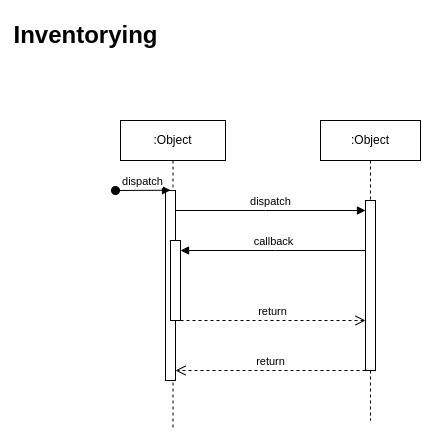
Before: thesis/.assets/inventorying-sequence-diagram.png, a diagram exported from draw.io (arminveres/iot-inventory-management). Source tidied: cells renumbered, new cells last; positions are measured from the earlier drawing's top-left corner, leaving out a move shared by most shapes. Source of this version:
```xml
<mxGraphModel>
  <root>
    <mxCell id="0" />
    <mxCell id="1" parent="0" />
    <mxCell id="2" value=":Object" style="shape=umlLifeline;perimeter=lifelinePerimeter;whiteSpace=wrap;html=1;newEdgeStyle={&quot;edgeStyle&quot;:&quot;elbowEdgeStyle&quot;,&quot;elbow&quot;:&quot;vertical&quot;,&quot;curved&quot;:0,&quot;rounded&quot;:0};" parent="1" vertex="1">
      <mxGeometry x="120" y="120" width="105" height="310" as="geometry" />
    </mxCell>
    <mxCell id="3" style="html=1;points=[];perimeter=orthogonalPerimeter;outlineConnect=0;targetShapes=umlLifeline;portConstraint=eastwest;newEdgeStyle={&quot;edgeStyle&quot;:&quot;elbowEdgeStyle&quot;,&quot;elbow&quot;:&quot;vertical&quot;,&quot;curved&quot;:0,&quot;rounded&quot;:0};" parent="2" vertex="1">
      <mxGeometry x="45" y="70" width="10" height="190" as="geometry" />
    </mxCell>
    <mxCell id="4" value="dispatch" style="html=1;verticalAlign=bottom;startArrow=oval;endArrow=block;startSize=8;edgeStyle=elbowEdgeStyle;elbow=vertical;curved=0;rounded=0;" parent="2" edge="1" target="3">
      <mxGeometry relative="1" as="geometry">
        <mxPoint x="-5" y="70" as="sourcePoint" />
      </mxGeometry>
    </mxCell>
    <mxCell id="5" style="html=1;points=[];perimeter=orthogonalPerimeter;outlineConnect=0;targetShapes=umlLifeline;portConstraint=eastwest;newEdgeStyle={&quot;edgeStyle&quot;:&quot;elbowEdgeStyle&quot;,&quot;elbow&quot;:&quot;vertical&quot;,&quot;curved&quot;:0,&quot;rounded&quot;:0};" parent="2" vertex="1">
      <mxGeometry x="50" y="120" width="10" height="80" as="geometry" />
    </mxCell>
    <mxCell id="6" value=":Object" style="shape=umlLifeline;perimeter=lifelinePerimeter;whiteSpace=wrap;html=1;newEdgeStyle={&quot;edgeStyle&quot;:&quot;elbowEdgeStyle&quot;,&quot;elbow&quot;:&quot;vertical&quot;,&quot;curved&quot;:0,&quot;rounded&quot;:0};" parent="1" vertex="1">
      <mxGeometry x="320" y="120" width="100" height="300" as="geometry" />
    </mxCell>
    <mxCell id="7" style="html=1;points=[];perimeter=orthogonalPerimeter;outlineConnect=0;targetShapes=umlLifeline;portConstraint=eastwest;newEdgeStyle={&quot;edgeStyle&quot;:&quot;elbowEdgeStyle&quot;,&quot;elbow&quot;:&quot;vertical&quot;,&quot;curved&quot;:0,&quot;rounded&quot;:0};" parent="6" vertex="1">
      <mxGeometry x="45" y="80" width="10" height="170" as="geometry" />
    </mxCell>
    <mxCell id="8" value="dispatch" style="html=1;verticalAlign=bottom;endArrow=block;edgeStyle=elbowEdgeStyle;elbow=vertical;curved=0;rounded=0;" parent="1" edge="1" source="3" target="7">
      <mxGeometry relative="1" as="geometry">
        <Array as="points">
          <mxPoint x="265" y="210" />
        </Array>
      </mxGeometry>
    </mxCell>
    <mxCell id="9" value="return" style="html=1;verticalAlign=bottom;endArrow=open;dashed=1;endSize=8;edgeStyle=elbowEdgeStyle;elbow=vertical;curved=0;rounded=0;" parent="1" edge="1" source="7" target="3">
      <mxGeometry relative="1" as="geometry">
        <Array as="points">
          <mxPoint x="275" y="370" />
        </Array>
      </mxGeometry>
    </mxCell>
    <mxCell id="10" value="callback" style="html=1;verticalAlign=bottom;endArrow=block;edgeStyle=elbowEdgeStyle;elbow=vertical;curved=0;rounded=0;" parent="1" edge="1" source="7" target="5">
      <mxGeometry relative="1" as="geometry">
        <Array as="points">
          <mxPoint x="275" y="250" />
        </Array>
      </mxGeometry>
    </mxCell>
    <mxCell id="11" value="return" style="html=1;verticalAlign=bottom;endArrow=open;dashed=1;endSize=8;edgeStyle=elbowEdgeStyle;elbow=vertical;curved=0;rounded=0;" parent="1" edge="1" source="5" target="7">
      <mxGeometry relative="1" as="geometry">
        <Array as="points">
          <mxPoint x="265" y="320" />
        </Array>
      </mxGeometry>
    </mxCell>
    <mxCell id="12" value="&lt;h1&gt;Inventorying&lt;/h1&gt;" style="text;html=1;align=center;verticalAlign=middle;strokeColor=none;fillColor=none;" parent="1" vertex="1">
      <mxGeometry width="170" height="70" as="geometry" />
    </mxCell>
  </root>
</mxGraphModel>
```
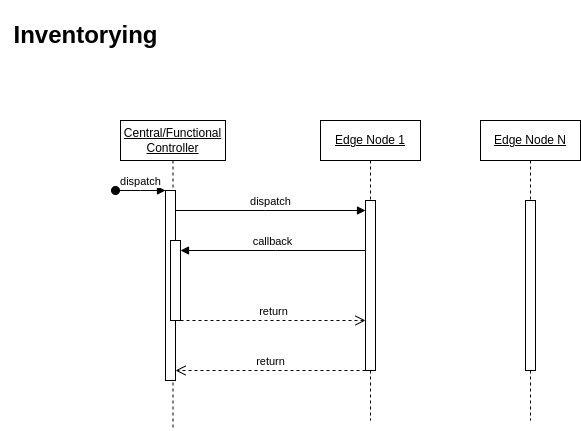
Later version of the same file.

Change to the diagram source:
```diff
@@ -2,7 +2,7 @@
   <root>
     <mxCell id="0" />
     <mxCell id="1" parent="0" />
-    <mxCell id="2" value=":Object" style="shape=umlLifeline;perimeter=lifelinePerimeter;whiteSpace=wrap;html=1;newEdgeStyle={&quot;edgeStyle&quot;:&quot;elbowEdgeStyle&quot;,&quot;elbow&quot;:&quot;vertical&quot;,&quot;curved&quot;:0,&quot;rounded&quot;:0};" parent="1" vertex="1">
+    <mxCell id="2" value="&lt;u&gt;Central/Functional Controller&lt;/u&gt;" style="shape=umlLifeline;perimeter=lifelinePerimeter;whiteSpace=wrap;html=1;newEdgeStyle={&quot;edgeStyle&quot;:&quot;elbowEdgeStyle&quot;,&quot;elbow&quot;:&quot;vertical&quot;,&quot;curved&quot;:0,&quot;rounded&quot;:0};" parent="1" vertex="1">
       <mxGeometry x="120" y="120" width="105" height="310" as="geometry" />
     </mxCell>
     <mxCell id="3" style="html=1;points=[];perimeter=orthogonalPerimeter;outlineConnect=0;targetShapes=umlLifeline;portConstraint=eastwest;newEdgeStyle={&quot;edgeStyle&quot;:&quot;elbowEdgeStyle&quot;,&quot;elbow&quot;:&quot;vertical&quot;,&quot;curved&quot;:0,&quot;rounded&quot;:0};" parent="2" vertex="1">
@@ -16,7 +16,7 @@
     <mxCell id="5" style="html=1;points=[];perimeter=orthogonalPerimeter;outlineConnect=0;targetShapes=umlLifeline;portConstraint=eastwest;newEdgeStyle={&quot;edgeStyle&quot;:&quot;elbowEdgeStyle&quot;,&quot;elbow&quot;:&quot;vertical&quot;,&quot;curved&quot;:0,&quot;rounded&quot;:0};" parent="2" vertex="1">
       <mxGeometry x="50" y="120" width="10" height="80" as="geometry" />
     </mxCell>
-    <mxCell id="6" value=":Object" style="shape=umlLifeline;perimeter=lifelinePerimeter;whiteSpace=wrap;html=1;newEdgeStyle={&quot;edgeStyle&quot;:&quot;elbowEdgeStyle&quot;,&quot;elbow&quot;:&quot;vertical&quot;,&quot;curved&quot;:0,&quot;rounded&quot;:0};" parent="1" vertex="1">
+    <mxCell id="6" value="&lt;u&gt;Edge Node 1&lt;/u&gt;" style="shape=umlLifeline;perimeter=lifelinePerimeter;whiteSpace=wrap;html=1;newEdgeStyle={&quot;edgeStyle&quot;:&quot;elbowEdgeStyle&quot;,&quot;elbow&quot;:&quot;vertical&quot;,&quot;curved&quot;:0,&quot;rounded&quot;:0};" parent="1" vertex="1">
       <mxGeometry x="320" y="120" width="100" height="300" as="geometry" />
     </mxCell>
     <mxCell id="7" style="html=1;points=[];perimeter=orthogonalPerimeter;outlineConnect=0;targetShapes=umlLifeline;portConstraint=eastwest;newEdgeStyle={&quot;edgeStyle&quot;:&quot;elbowEdgeStyle&quot;,&quot;elbow&quot;:&quot;vertical&quot;,&quot;curved&quot;:0,&quot;rounded&quot;:0};" parent="6" vertex="1">
@@ -53,5 +53,11 @@
     <mxCell id="12" value="&lt;h1&gt;Inventorying&lt;/h1&gt;" style="text;html=1;align=center;verticalAlign=middle;strokeColor=none;fillColor=none;" parent="1" vertex="1">
       <mxGeometry width="170" height="70" as="geometry" />
     </mxCell>
+    <mxCell id="13" value="&lt;u&gt;Edge Node N&lt;/u&gt;" style="shape=umlLifeline;perimeter=lifelinePerimeter;whiteSpace=wrap;html=1;newEdgeStyle={&quot;edgeStyle&quot;:&quot;elbowEdgeStyle&quot;,&quot;elbow&quot;:&quot;vertical&quot;,&quot;curved&quot;:0,&quot;rounded&quot;:0};" parent="1" vertex="1">
+      <mxGeometry x="480" y="120" width="100" height="300" as="geometry" />
+    </mxCell>
+    <mxCell id="14" style="html=1;perimeter=orthogonalPerimeter;targetShapes=umlLifeline;newEdgeStyle={&quot;edgeStyle&quot;:&quot;elbowEdgeStyle&quot;,&quot;elbow&quot;:&quot;vertical&quot;,&quot;curved&quot;:0,&quot;rounded&quot;:0};" parent="13" vertex="1">
+      <mxGeometry x="45" y="80" width="10" height="170" as="geometry" />
+    </mxCell>
   </root>
 </mxGraphModel>
```
